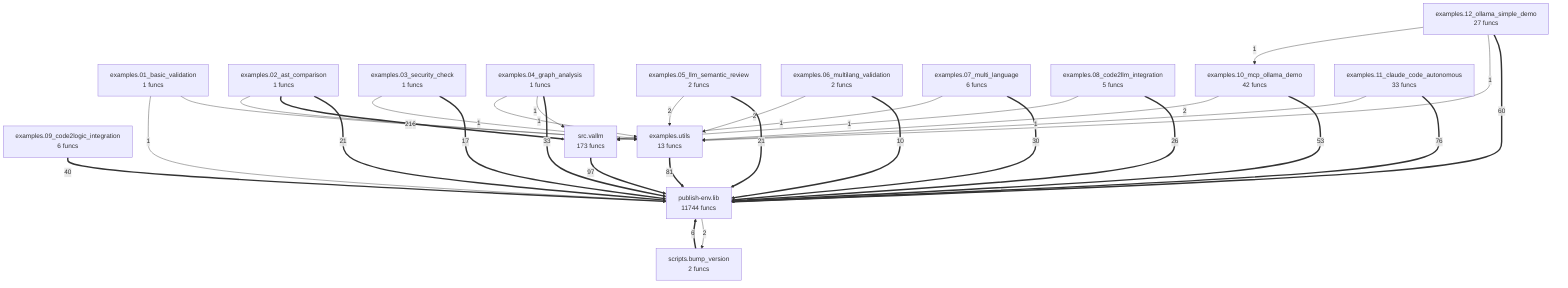
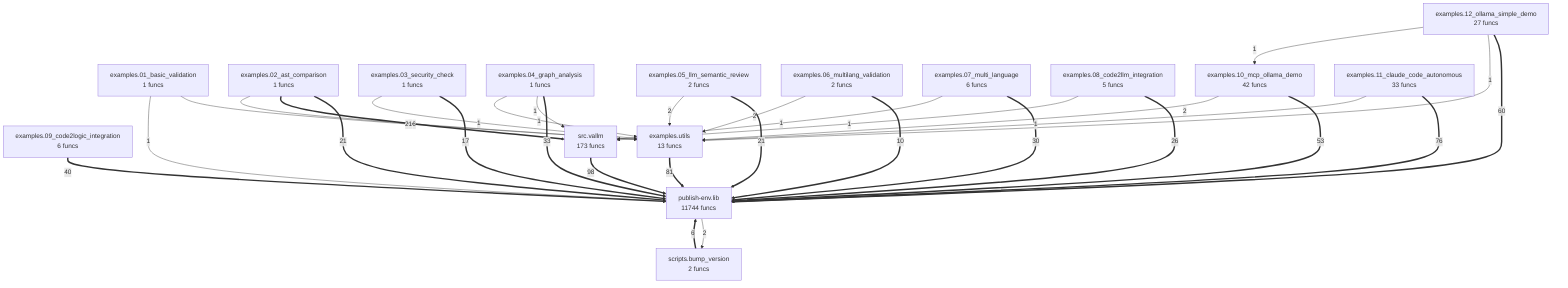
flowchart TD
    examples_01_basic_validation["examples.01_basic_validation<br/>1 funcs"]
    examples_02_ast_comparison["examples.02_ast_comparison<br/>1 funcs"]
    examples_03_security_check["examples.03_security_check<br/>1 funcs"]
    examples_04_graph_analysis["examples.04_graph_analysis<br/>1 funcs"]
    examples_05_llm_semantic_review["examples.05_llm_semantic_review<br/>2 funcs"]
    examples_06_multilang_validation["examples.06_multilang_validation<br/>2 funcs"]
    examples_07_multi_language["examples.07_multi_language<br/>6 funcs"]
    examples_08_code2llm_integration["examples.08_code2llm_integration<br/>5 funcs"]
    examples_09_code2logic_integration["examples.09_code2logic_integration<br/>6 funcs"]
    examples_10_mcp_ollama_demo["examples.10_mcp_ollama_demo<br/>42 funcs"]
    examples_11_claude_code_autonomous["examples.11_claude_code_autonomous<br/>33 funcs"]
    examples_12_ollama_simple_demo["examples.12_ollama_simple_demo<br/>27 funcs"]
    examples_utils["examples.utils<br/>13 funcs"]
    publish_env_lib["publish-env.lib<br/>11744 funcs"]
    scripts_bump_version["scripts.bump_version<br/>2 funcs"]
    src_vallm["src.vallm<br/>173 funcs"]
-     src_vallm ==>|97| publish_env_lib
+     src_vallm ==>|98| publish_env_lib
    examples_utils ==>|81| publish_env_lib
    examples_11_claude_code_autonomous ==>|76| publish_env_lib
    examples_12_ollama_simple_demo ==>|60| publish_env_lib
    examples_10_mcp_ollama_demo ==>|53| publish_env_lib
    examples_09_code2logic_integration ==>|40| publish_env_lib
    examples_04_graph_analysis ==>|33| publish_env_lib
    examples_07_multi_language ==>|30| publish_env_lib
    examples_08_code2llm_integration ==>|26| publish_env_lib
    examples_05_llm_semantic_review ==>|21| publish_env_lib
    examples_02_ast_comparison ==>|21| publish_env_lib
    examples_03_security_check ==>|17| publish_env_lib
    examples_06_multilang_validation ==>|10| publish_env_lib
    scripts_bump_version ==>|6| publish_env_lib
    examples_02_ast_comparison ==>|6| src_vallm
    publish_env_lib -->|2| scripts_bump_version
    examples_05_llm_semantic_review -->|2| examples_utils
    examples_01_basic_validation -->|2| examples_utils
    examples_06_multilang_validation -->|2| examples_utils
    examples_10_mcp_ollama_demo -->|2| examples_utils
+     examples_11_claude_code_autonomous -->|1| examples_utils
    examples_04_graph_analysis -->|1| src_vallm
    examples_04_graph_analysis -->|1| examples_utils
-     examples_11_claude_code_autonomous -->|1| examples_utils
    examples_12_ollama_simple_demo -->|1| examples_utils
    examples_01_basic_validation -->|1| publish_env_lib
    examples_02_ast_comparison -->|1| examples_utils
    examples_03_security_check -->|1| examples_utils
    examples_07_multi_language -->|1| src_vallm
    examples_08_code2llm_integration -->|1| src_vallm
    examples_12_ollama_simple_demo -->|1| examples_10_mcp_ollama_demo
